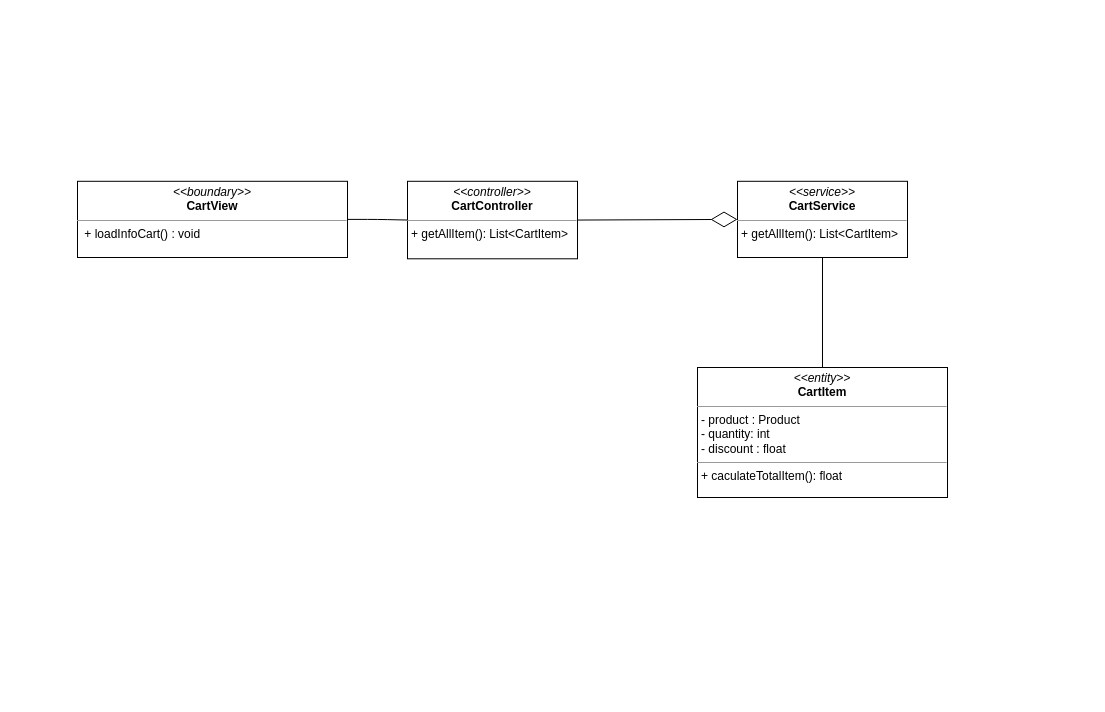
Before: class diagram/view-cart-class-diagram.drawio in nguyenphamvan/datn_20202, a draw.io diagram. Source tidied: cells renumbered, new cells numbered last; positions are measured from the earlier drawing's top-left corner, leaving out a move shared by most shapes. Both pictures are drawn from the tidied source at 100%, with x=0, y=0 at pixel (77, 181).
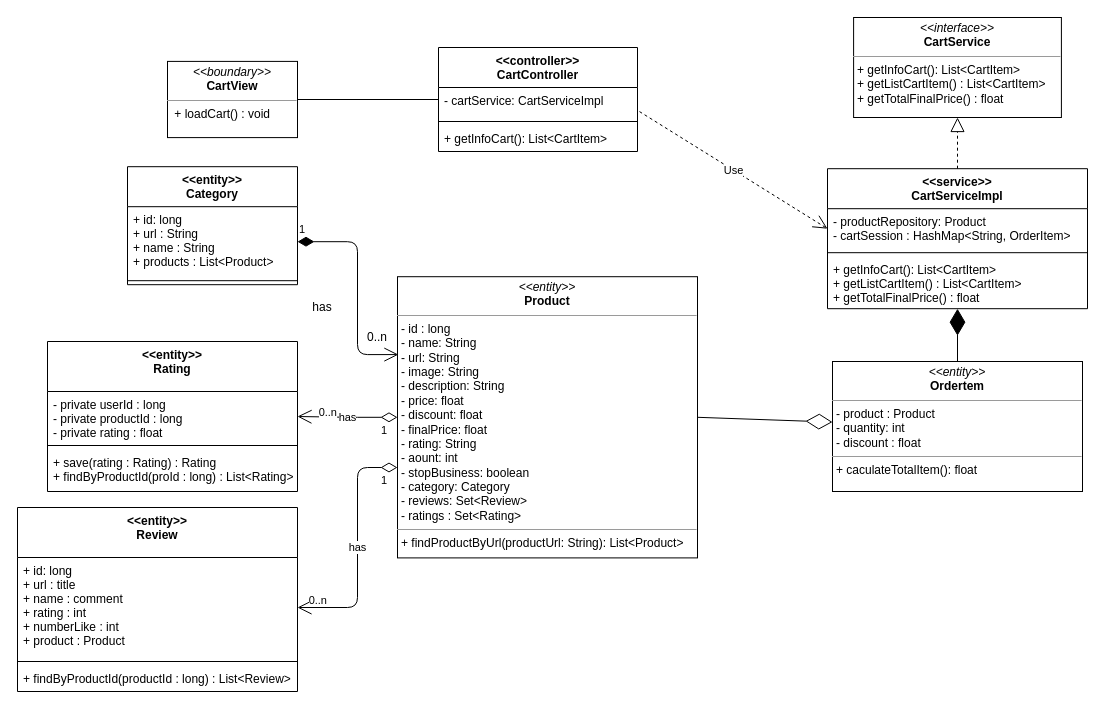
The same diagram, later.

The edit, as a diff of the source:
```diff
@@
-    <mxCell id="2" value="&lt;p style=&quot;margin: 0px ; margin-top: 4px ; text-align: center&quot;&gt;&lt;i&gt;&amp;lt;&amp;lt;boundary&amp;gt;&amp;gt;&lt;/i&gt;&lt;br&gt;&lt;b&gt;CartView&lt;/b&gt;&lt;/p&gt;&lt;hr size=&quot;1&quot;&gt;&lt;p style=&quot;margin: 0px ; margin-left: 4px&quot;&gt;&lt;span&gt;&amp;nbsp;&lt;/span&gt;&lt;span&gt;+ loadInfoCart() : void&lt;/span&gt;&lt;/p&gt;" style="verticalAlign=top;align=left;overflow=fill;fontSize=12;fontFamily=Helvetica;html=1;" parent="1" vertex="1">
-      <mxGeometry y="-0.2" width="270" height="76.2" as="geometry" />
-    </mxCell>
-    <mxCell id="3" value="&lt;p style=&quot;margin: 0px ; margin-top: 4px ; text-align: center&quot;&gt;&lt;i&gt;&amp;lt;&amp;lt;controller&amp;gt;&amp;gt;&lt;/i&gt;&lt;br&gt;&lt;b&gt;CartController&lt;/b&gt;&lt;/p&gt;&lt;hr size=&quot;1&quot;&gt;&lt;p style=&quot;margin: 0px ; margin-left: 4px&quot;&gt;+ getAllItem(): List&amp;lt;CartItem&amp;gt;&lt;/p&gt;" style="verticalAlign=top;align=left;overflow=fill;fontSize=12;fontFamily=Helvetica;html=1;" parent="1" vertex="1">
-      <mxGeometry x="330" y="-0.2" width="170" height="77.5" as="geometry" />
-    </mxCell>
-    <mxCell id="4" style="endArrow=none;html=1;edgeStyle=orthogonalEdgeStyle;exitX=1;exitY=0.5;exitDx=0;exitDy=0;entryX=0;entryY=0.5;entryDx=0;entryDy=0;" parent="1" edge="1" source="2" target="3">
-      <mxGeometry relative="1" as="geometry" />
-    </mxCell>
-    <mxCell id="5" value="&lt;p style=&quot;margin: 0px ; margin-top: 4px ; text-align: center&quot;&gt;&lt;i&gt;&amp;lt;&amp;lt;service&amp;gt;&amp;gt;&lt;/i&gt;&lt;br&gt;&lt;b&gt;CartService&lt;/b&gt;&lt;/p&gt;&lt;hr size=&quot;1&quot;&gt;&lt;p style=&quot;margin: 0px ; margin-left: 4px&quot;&gt;+ getAllItem(): List&amp;lt;CartItem&amp;gt;&lt;/p&gt;" style="verticalAlign=top;align=left;overflow=fill;fontSize=12;fontFamily=Helvetica;html=1;" parent="1" vertex="1">
-      <mxGeometry x="660" y="-0.2" width="170" height="76.2" as="geometry" />
-    </mxCell>
-    <mxCell id="6" style="endArrow=diamondThin;endFill=0;endSize=24;html=1;exitX=1;exitY=0.5;exitDx=0;exitDy=0;entryX=0;entryY=0.5;entryDx=0;entryDy=0;" parent="1" edge="1" source="3" target="5">
-      <mxGeometry relative="1" as="geometry" />
-    </mxCell>
-    <mxCell id="7" value="&lt;p style=&quot;margin: 0px ; margin-top: 4px ; text-align: center&quot;&gt;&lt;i&gt;&amp;lt;&amp;lt;entity&amp;gt;&amp;gt;&lt;/i&gt;&lt;br&gt;&lt;b&gt;CartItem&lt;/b&gt;&lt;/p&gt;&lt;hr size=&quot;1&quot;&gt;&lt;p style=&quot;margin: 0px ; margin-left: 4px&quot;&gt;- product : Product&lt;/p&gt;&lt;p style=&quot;margin: 0px ; margin-left: 4px&quot;&gt;- quantity: int&lt;br&gt;- discount : float&lt;/p&gt;&lt;hr size=&quot;1&quot;&gt;&lt;p style=&quot;margin: 0px ; margin-left: 4px&quot;&gt;+ caculateTotalItem(): float&lt;br&gt;&lt;/p&gt;" style="verticalAlign=top;align=left;overflow=fill;fontSize=12;fontFamily=Helvetica;html=1;" parent="1" vertex="1">
-      <mxGeometry x="620" y="186" width="250" height="130" as="geometry" />
-    </mxCell>
-    <mxCell id="8" style="endArrow=none;html=1;exitX=0.5;exitY=1;exitDx=0;exitDy=0;entryX=0.5;entryY=0;entryDx=0;entryDy=0;" parent="1" edge="1" source="5" target="7">
-      <mxGeometry relative="1" as="geometry" />
-    </mxCell>
+    <mxCell id="9" value="&lt;p style=&quot;margin: 0px ; margin-top: 4px ; text-align: center&quot;&gt;&lt;i&gt;&amp;lt;&amp;lt;boundary&amp;gt;&amp;gt;&lt;/i&gt;&lt;br&gt;&lt;b&gt;CartView&lt;/b&gt;&lt;/p&gt;&lt;hr size=&quot;1&quot;&gt;&lt;p style=&quot;margin: 0px ; margin-left: 4px&quot;&gt;&lt;span&gt;&amp;nbsp;+ loadCart() : void&lt;br&gt;&lt;/span&gt;&lt;/p&gt;" style="verticalAlign=top;align=left;overflow=fill;fontSize=12;fontFamily=Helvetica;html=1;" parent="1" vertex="1">
+      <mxGeometry x="90" y="-120.1" width="130" height="76.2" as="geometry" />
+    </mxCell>
+    <mxCell id="10" style="endArrow=none;html=1;edgeStyle=orthogonalEdgeStyle;exitX=1;exitY=0.5;exitDx=0;exitDy=0;" parent="1" edge="1" source="9" target="38">
+      <mxGeometry relative="1" as="geometry" />
+    </mxCell>
+    <mxCell id="11" value="&lt;p style=&quot;margin: 0px ; margin-top: 4px ; text-align: center&quot;&gt;&lt;i&gt;&amp;lt;&amp;lt;entity&amp;gt;&amp;gt;&lt;/i&gt;&lt;br&gt;&lt;b&gt;Ordertem&lt;/b&gt;&lt;/p&gt;&lt;hr size=&quot;1&quot;&gt;&lt;p style=&quot;margin: 0px ; margin-left: 4px&quot;&gt;- product : Product&lt;/p&gt;&lt;p style=&quot;margin: 0px ; margin-left: 4px&quot;&gt;- quantity: int&lt;br&gt;- discount : float&lt;/p&gt;&lt;hr size=&quot;1&quot;&gt;&lt;p style=&quot;margin: 0px ; margin-left: 4px&quot;&gt;+ caculateTotalItem(): float&lt;br&gt;&lt;/p&gt;" style="verticalAlign=top;align=left;overflow=fill;fontSize=12;fontFamily=Helvetica;html=1;" parent="1" vertex="1">
+      <mxGeometry x="755" y="180" width="250" height="130" as="geometry" />
+    </mxCell>
+    <mxCell id="12" value="&lt;p style=&quot;margin: 0px ; margin-top: 4px ; text-align: center&quot;&gt;&lt;i&gt;&amp;lt;&amp;lt;interface&amp;gt;&amp;gt;&lt;/i&gt;&lt;br&gt;&lt;b&gt;CartService&lt;/b&gt;&lt;/p&gt;&lt;hr size=&quot;1&quot;&gt;&lt;p style=&quot;margin: 0px ; margin-left: 4px&quot;&gt;+ getInfoCart(): List&amp;lt;CartItem&amp;gt;&lt;/p&gt;&lt;p style=&quot;margin: 0px ; margin-left: 4px&quot;&gt;+ getListCartItem() : List&amp;lt;CartItem&amp;gt;&lt;/p&gt;&lt;p style=&quot;margin: 0px ; margin-left: 4px&quot;&gt;+ getTotalFinalPrice() : float&lt;/p&gt;" style="verticalAlign=top;align=left;overflow=fill;fontSize=12;fontFamily=Helvetica;html=1;" parent="1" vertex="1">
+      <mxGeometry x="776.1" y="-164" width="207.8" height="100" as="geometry" />
+    </mxCell>
+    <mxCell id="13" value="&lt;p style=&quot;margin: 0px ; margin-top: 4px ; text-align: center&quot;&gt;&lt;i&gt;&amp;lt;&amp;lt;entity&amp;gt;&amp;gt;&lt;/i&gt;&lt;br&gt;&lt;b&gt;Product&lt;/b&gt;&lt;/p&gt;&lt;hr size=&quot;1&quot;&gt;&lt;p style=&quot;margin: 0px ; margin-left: 4px&quot;&gt;- id : long&lt;/p&gt;&lt;p style=&quot;margin: 0px ; margin-left: 4px&quot;&gt;- name: String&lt;br&gt;- url: String&lt;/p&gt;&lt;p style=&quot;margin: 0px ; margin-left: 4px&quot;&gt;- image: String&lt;/p&gt;&lt;p style=&quot;margin: 0px ; margin-left: 4px&quot;&gt;- description: String&lt;/p&gt;&lt;p style=&quot;margin: 0px ; margin-left: 4px&quot;&gt;- price: float&lt;/p&gt;&lt;p style=&quot;margin: 0px ; margin-left: 4px&quot;&gt;- discount: float&lt;/p&gt;&lt;p style=&quot;margin: 0px ; margin-left: 4px&quot;&gt;- finalPrice: float&lt;/p&gt;&lt;p style=&quot;margin: 0px ; margin-left: 4px&quot;&gt;- rating: String&lt;/p&gt;&lt;p style=&quot;margin: 0px ; margin-left: 4px&quot;&gt;- aount: int&lt;/p&gt;&lt;p style=&quot;margin: 0px ; margin-left: 4px&quot;&gt;- stopBusiness: boolean&lt;/p&gt;&lt;p style=&quot;margin: 0px ; margin-left: 4px&quot;&gt;- category: Category&lt;/p&gt;&lt;p style=&quot;margin: 0px ; margin-left: 4px&quot;&gt;- reviews: Set&amp;lt;Review&amp;gt;&lt;/p&gt;&lt;p style=&quot;margin: 0px ; margin-left: 4px&quot;&gt;- ratings : Set&amp;lt;Rating&amp;gt;&lt;/p&gt;&lt;hr size=&quot;1&quot;&gt;&lt;p style=&quot;margin: 0px ; margin-left: 4px&quot;&gt;+ findProductByUrl(productUrl: String): List&amp;lt;Product&amp;gt;&lt;br&gt;&lt;/p&gt;" style="verticalAlign=top;align=left;overflow=fill;fontSize=12;fontFamily=Helvetica;html=1;" parent="1" vertex="1">
+      <mxGeometry x="320" y="95.2" width="300" height="281.2" as="geometry" />
+    </mxCell>
+    <mxCell id="14" value="&lt;&lt;entity&gt;&gt;&#10;Category" style="swimlane;fontStyle=1;align=center;verticalAlign=top;horizontal=1;startSize=40;" parent="1" vertex="1">
+      <mxGeometry x="50" y="-14.8" width="170" height="118" as="geometry" />
+    </mxCell>
+    <mxCell id="15" value="+ id: long&#10;+ url : String&#10;+ name : String&#10;+ products : List&lt;Product&gt;" style="text;strokeColor=none;fillColor=none;align=left;verticalAlign=top;spacingLeft=4;spacingRight=4;overflow=hidden;points=[[0,0.5],[1,0.5]];portConstraint=eastwest;" parent="14" vertex="1">
+      <mxGeometry y="40" width="170" height="70" as="geometry" />
+    </mxCell>
+    <mxCell id="16" style="line;strokeWidth=1;fillColor=none;align=left;verticalAlign=middle;spacingTop=-1;spacingLeft=3;spacingRight=3;labelPosition=right;" parent="14" vertex="1">
+      <mxGeometry y="110" width="170" height="8" as="geometry" />
+    </mxCell>
+    <mxCell id="17" value="has" style="endArrow=open;html=1;endSize=12;startArrow=diamondThin;startSize=14;startFill=0;edgeStyle=orthogonalEdgeStyle;entryX=1;entryY=0.5;entryDx=0;entryDy=0;" parent="1" edge="1" source="13" target="31">
+      <mxGeometry relative="1" as="geometry">
+        <Array as="points">
+          <mxPoint x="280" y="286" />
+          <mxPoint x="280" y="426" />
+        </Array>
+      </mxGeometry>
+    </mxCell>
+    <mxCell id="18" value="1" style="edgeLabel;html=1;align=left;verticalAlign=top;" parent="17" vertex="1">
+      <mxGeometry x="-1" relative="1" as="geometry">
+        <mxPoint x="-18" as="offset" />
+      </mxGeometry>
+    </mxCell>
+    <mxCell id="19" value="0..n" style="edgeLabel;html=1;align=right;verticalAlign=top;" parent="17" vertex="1">
+      <mxGeometry x="1" relative="1" as="geometry">
+        <mxPoint x="30" y="-20" as="offset" />
+      </mxGeometry>
+    </mxCell>
+    <mxCell id="20" value="has" style="endArrow=open;html=1;endSize=12;startArrow=diamondThin;startSize=14;startFill=0;edgeStyle=orthogonalEdgeStyle;" parent="1" edge="1" source="13" target="23">
+      <mxGeometry relative="1" as="geometry" />
+    </mxCell>
+    <mxCell id="21" value="1" style="edgeLabel;html=1;align=left;verticalAlign=top;" parent="20" vertex="1">
+      <mxGeometry x="-1" relative="1" as="geometry">
+        <mxPoint x="-18" as="offset" />
+      </mxGeometry>
+    </mxCell>
+    <mxCell id="22" value="0..n" style="edgeLabel;html=1;align=right;verticalAlign=top;" parent="20" vertex="1">
+      <mxGeometry x="1" relative="1" as="geometry">
+        <mxPoint x="40" y="-17" as="offset" />
+      </mxGeometry>
+    </mxCell>
+    <mxCell id="23" value="&lt;&lt;entity&gt;&gt;&#10;Rating" style="swimlane;fontStyle=1;align=center;verticalAlign=top;horizontal=1;startSize=50;" parent="1" vertex="1">
+      <mxGeometry x="-30" y="160" width="250" height="150" as="geometry" />
+    </mxCell>
+    <mxCell id="24" value="- private userId : long&#10;- private productId : long&#10;- private rating : float" style="text;strokeColor=none;fillColor=none;align=left;verticalAlign=top;spacingLeft=4;spacingRight=4;overflow=hidden;" parent="23" vertex="1">
+      <mxGeometry y="50" width="250" height="50" as="geometry" />
+    </mxCell>
+    <mxCell id="25" style="line;strokeWidth=1;fillColor=none;align=left;verticalAlign=middle;spacingTop=-1;spacingLeft=3;spacingRight=3;labelPosition=right;" parent="23" vertex="1">
+      <mxGeometry y="100" width="250" height="8" as="geometry" />
+    </mxCell>
+    <mxCell id="26" value="+ save(rating : Rating) : Rating&#10;+ findByProductId(proId : long) : List&lt;Rating&gt;" style="text;strokeColor=none;fillColor=none;align=left;verticalAlign=top;spacingLeft=4;spacingRight=4;overflow=hidden;" parent="23" vertex="1">
+      <mxGeometry y="108" width="250" height="42" as="geometry" />
+    </mxCell>
+    <mxCell id="27" value="has" style="text;html=1;strokeColor=none;fillColor=none;align=center;verticalAlign=middle;whiteSpace=wrap;rounded=0;" parent="1" vertex="1">
+      <mxGeometry x="230" y="116" width="30" height="20" as="geometry" />
+    </mxCell>
+    <mxCell id="28" value="0..n" style="text;html=1;strokeColor=none;fillColor=none;align=center;verticalAlign=middle;whiteSpace=wrap;rounded=0;" parent="1" vertex="1">
+      <mxGeometry x="280" y="146" width="40" height="20" as="geometry" />
+    </mxCell>
+    <mxCell id="29" value="1" style="endArrow=open;html=1;endSize=12;startArrow=diamondThin;startSize=14;startFill=1;edgeStyle=orthogonalEdgeStyle;align=left;verticalAlign=bottom;exitX=1;exitY=0.5;exitDx=0;exitDy=0;entryX=0.003;entryY=0.277;entryDx=0;entryDy=0;entryPerimeter=0;" parent="1" edge="1" source="15" target="13">
+      <mxGeometry x="-1" y="3" relative="1" as="geometry">
+        <Array as="points">
+          <mxPoint x="280" y="60" />
+          <mxPoint x="280" y="173" />
+        </Array>
+      </mxGeometry>
+    </mxCell>
+    <mxCell id="30" value="&lt;&lt;entity&gt;&gt;&#10;Review" style="swimlane;fontStyle=1;align=center;verticalAlign=top;horizontal=1;startSize=50;" parent="1" vertex="1">
+      <mxGeometry x="-60" y="326" width="280" height="184" as="geometry" />
+    </mxCell>
+    <mxCell id="31" value="+ id: long&#10;+ url : title&#10;+ name : comment&#10;+ rating : int&#10;+ numberLike : int&#10;+ product : Product" style="text;strokeColor=none;fillColor=none;align=left;verticalAlign=top;spacingLeft=4;spacingRight=4;overflow=hidden;points=[[0,0.5],[1,0.5]];portConstraint=eastwest;" parent="30" vertex="1">
+      <mxGeometry y="50" width="280" height="100" as="geometry" />
+    </mxCell>
+    <mxCell id="32" style="line;strokeWidth=1;fillColor=none;align=left;verticalAlign=middle;spacingTop=-1;spacingLeft=3;spacingRight=3;labelPosition=right;" parent="30" vertex="1">
+      <mxGeometry y="150" width="280" height="8" as="geometry" />
+    </mxCell>
+    <mxCell id="33" value="+ findByProductId(productId : long) : List&lt;Review&gt;" style="text;strokeColor=none;fillColor=none;align=left;verticalAlign=top;spacingLeft=4;spacingRight=4;overflow=hidden;" parent="30" vertex="1">
+      <mxGeometry y="158" width="280" height="26" as="geometry" />
+    </mxCell>
+    <mxCell id="34" value="&lt;&lt;service&gt;&gt;&#10;CartServiceImpl" style="swimlane;fontStyle=1;align=center;verticalAlign=top;horizontal=1;startSize=40;" parent="1" vertex="1">
+      <mxGeometry x="750" y="-12.8" width="260" height="140" as="geometry" />
+    </mxCell>
+    <mxCell id="35" value="- productRepository: Product&#10;- cartSession : HashMap&lt;String, OrderItem&gt;" style="text;strokeColor=none;fillColor=none;align=left;verticalAlign=top;spacingLeft=4;spacingRight=4;overflow=hidden;points=[[0,0.5],[1,0.5]];portConstraint=eastwest;" parent="34" vertex="1">
+      <mxGeometry y="40" width="260" height="40" as="geometry" />
+    </mxCell>
+    <mxCell id="36" style="line;strokeWidth=1;fillColor=none;align=left;verticalAlign=middle;spacingTop=-1;spacingLeft=3;spacingRight=3;labelPosition=right;" parent="34" vertex="1">
+      <mxGeometry y="80" width="260" height="8" as="geometry" />
+    </mxCell>
+    <mxCell id="37" value="+ getInfoCart(): List&lt;CartItem&gt;&#10;+ getListCartItem() : List&lt;CartItem&gt;&#10;+ getTotalFinalPrice() : float" style="text;strokeColor=none;fillColor=none;align=left;verticalAlign=top;spacingLeft=4;spacingRight=4;overflow=hidden;" parent="34" vertex="1">
+      <mxGeometry y="88" width="260" height="52" as="geometry" />
+    </mxCell>
+    <mxCell id="38" value="&lt;&lt;controller&gt;&gt;&#10;CartController" style="swimlane;fontStyle=1;align=center;verticalAlign=top;horizontal=1;startSize=40;" parent="1" vertex="1">
+      <mxGeometry x="361" y="-134" width="199" height="104" as="geometry" />
+    </mxCell>
+    <mxCell id="39" value="- cartService: CartServiceImpl" style="text;strokeColor=none;fillColor=none;align=left;verticalAlign=top;spacingLeft=4;spacingRight=4;overflow=hidden;points=[[0,0.5],[1,0.5]];portConstraint=eastwest;" parent="38" vertex="1">
+      <mxGeometry y="40" width="199" height="30" as="geometry" />
+    </mxCell>
+    <mxCell id="40" style="line;strokeWidth=1;fillColor=none;align=left;verticalAlign=middle;spacingTop=-1;spacingLeft=3;spacingRight=3;labelPosition=right;" parent="38" vertex="1">
+      <mxGeometry y="70" width="199" height="8" as="geometry" />
+    </mxCell>
+    <mxCell id="41" value="+ getInfoCart(): List&lt;CartItem&gt;" style="text;strokeColor=none;fillColor=none;align=left;verticalAlign=top;spacingLeft=4;spacingRight=4;overflow=hidden;" parent="38" vertex="1">
+      <mxGeometry y="78" width="199" height="26" as="geometry" />
+    </mxCell>
+    <mxCell id="42" value="Use" style="endArrow=open;endSize=12;dashed=1;html=1;exitX=1.01;exitY=0.803;exitDx=0;exitDy=0;exitPerimeter=0;entryX=0;entryY=0.5;entryDx=0;entryDy=0;" parent="1" edge="1" source="39" target="35">
+      <mxGeometry relative="1" as="geometry" />
+    </mxCell>
+    <mxCell id="43" style="endArrow=block;dashed=1;endFill=0;endSize=12;html=1;entryX=0.5;entryY=1;entryDx=0;entryDy=0;exitX=0.5;exitY=0;exitDx=0;exitDy=0;" parent="1" edge="1" source="34" target="12">
+      <mxGeometry relative="1" as="geometry" />
+    </mxCell>
+    <mxCell id="44" style="endArrow=diamondThin;endFill=1;endSize=24;html=1;exitX=0.5;exitY=0;exitDx=0;exitDy=0;" parent="1" edge="1" source="11" target="34">
+      <mxGeometry relative="1" as="geometry" />
+    </mxCell>
+    <mxCell id="45" style="endArrow=diamondThin;endFill=0;endSize=24;html=1;exitX=1;exitY=0.5;exitDx=0;exitDy=0;" parent="1" edge="1" source="13" target="11">
+      <mxGeometry relative="1" as="geometry" />
+    </mxCell>
```
